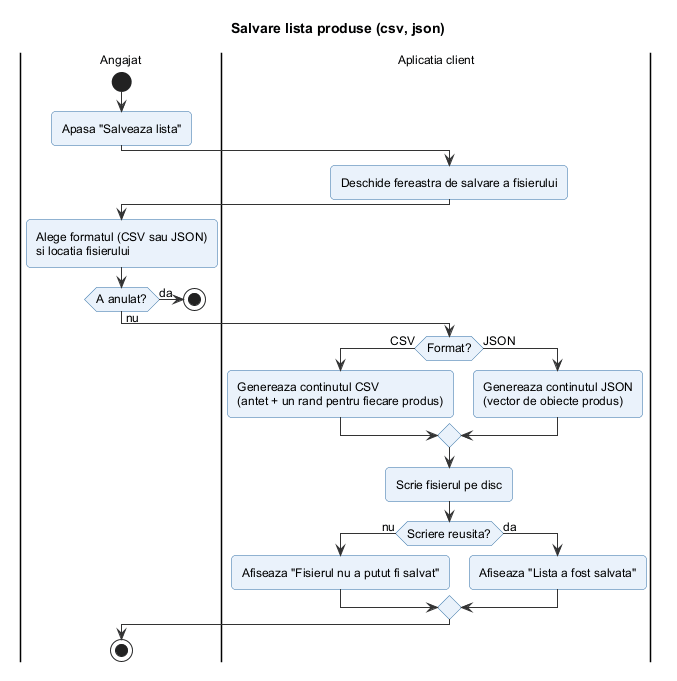
filip-eanu/ProiectIS keeps this PlantUML diagram as docs/diagrame/2_activitati/salvare_lista_produse.png. Above is the earlier version. Its diagram source:
```plantuml
@startuml salvare_lista_produse
!include ../_stil.iuml
title Salvare lista produse (csv, json)

|Angajat|
start
:Apasa "Salveaza lista";
|Aplicatia client|
:Deschide fereastra de salvare a fisierului;
|Angajat|
:Alege formatul (CSV sau JSON)
si locatia fisierului;
if (A anulat?) then (da)
  stop
else (nu)
  |Aplicatia client|
  if (Format?) then (CSV)
    :Genereaza continutul CSV
    (antet + un rand pentru fiecare produs);
  else (JSON)
    :Genereaza continutul JSON
    (vector de obiecte produs);
  endif
  :Scrie fisierul pe disc;
  if (Scriere reusita?) then (nu)
    :Afiseaza "Fisierul nu a putut fi salvat";
  else (da)
    :Afiseaza "Lista a fost salvata";
  endif
endif
|Angajat|
stop
@enduml
```
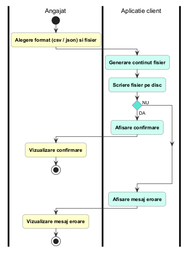
Later version of the same file.

What changed in the source:
```diff
@@ -1,33 +1,22 @@
 @startuml salvare_lista_produse
-!include ../_stil.iuml
-title Salvare lista produse (csv, json)
+!include ../_stil_activitati.iuml
 
 |Angajat|
 start
-:Apasa "Salveaza lista";
-|Aplicatia client|
-:Deschide fereastra de salvare a fisierului;
+$A("Alegere format (csv / json) si fisier")
+|Aplicatie client|
+$C("Generare continut fisier")
+$C("Scriere fisier pe disc")
+if () then (DA)
+  $C("Afisare confirmare")
+  |Angajat|
+  $A("Vizualizare confirmare")
+  stop
+else (NU)
+endif
+|Aplicatie client|
+$C("Afisare mesaj eroare")
 |Angajat|
-:Alege formatul (CSV sau JSON)
-si locatia fisierului;
-if (A anulat?) then (da)
-  stop
-else (nu)
-  |Aplicatia client|
-  if (Format?) then (CSV)
-    :Genereaza continutul CSV
-    (antet + un rand pentru fiecare produs);
-  else (JSON)
-    :Genereaza continutul JSON
-    (vector de obiecte produs);
-  endif
-  :Scrie fisierul pe disc;
-  if (Scriere reusita?) then (nu)
-    :Afiseaza "Fisierul nu a putut fi salvat";
-  else (da)
-    :Afiseaza "Lista a fost salvata";
-  endif
-endif
-|Angajat|
+$A("Vizualizare mesaj eroare")
 stop
 @enduml
```
